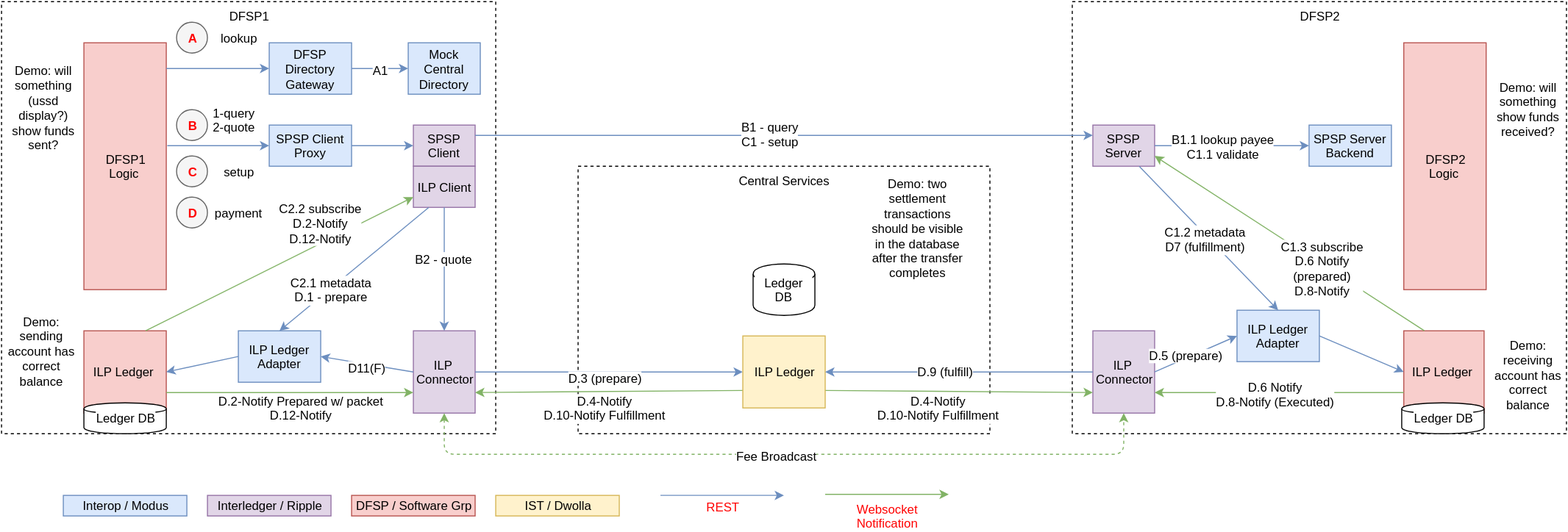
maduhu/Documentation keeps this draw.io diagram as Wiki/Demo Service Interactions.svg. Above is the earlier version. Source tidied: cells renumbered, new cells last; positions are measured from the earlier drawing's top-left corner, leaving out a move shared by most shapes.
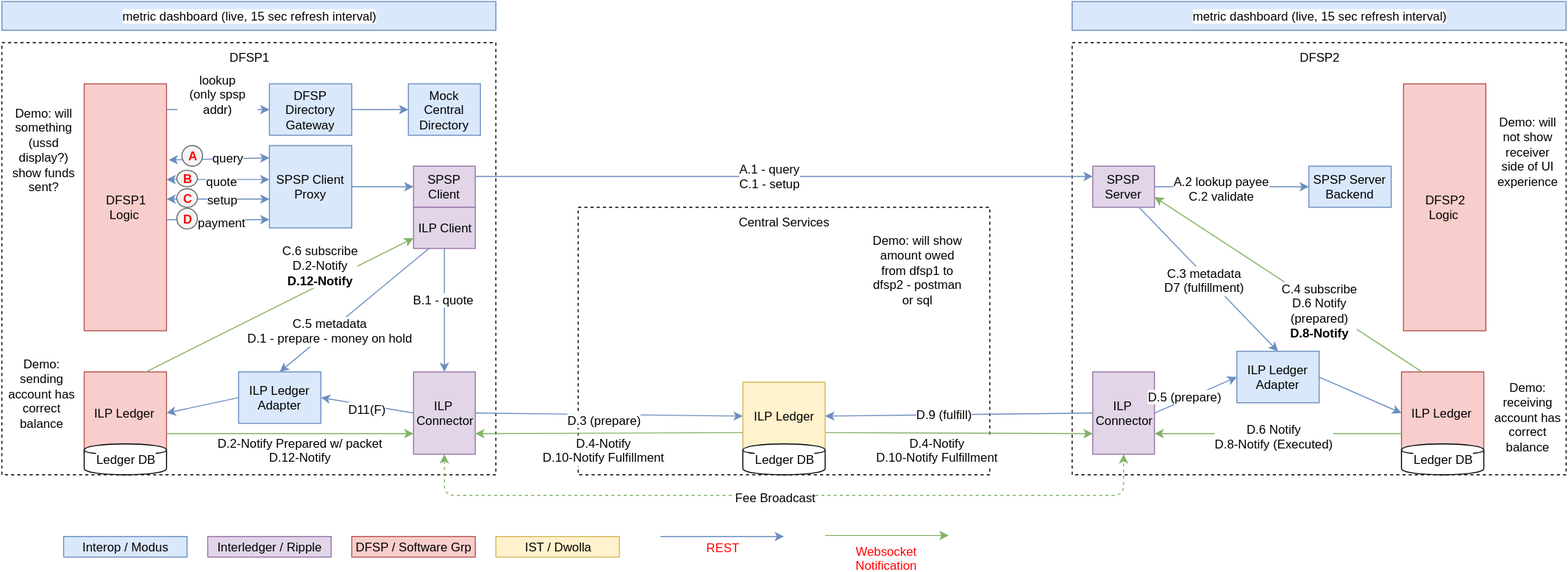
The same diagram one commit later.

Commit message:
Update service interactions diagram

after arch meeting

Change to the diagram source:
```diff
@@ -21,7 +21,7 @@
       <mxGeometry x="260" y="40" width="80" height="50" as="geometry" />
     </mxCell>
     <mxCell id="8" value="SPSP Client Proxy" style="whiteSpace=wrap;html=1;labelBackgroundColor=none;fontSize=12;align=center;fillColor=#dae8fc;strokeColor=#6c8ebf;" parent="1" vertex="1">
-      <mxGeometry x="260" y="120" width="80" height="40" as="geometry" />
+      <mxGeometry x="260" y="100" width="80" height="80" as="geometry" />
     </mxCell>
     <mxCell id="9" value="Mock Central Directory" style="whiteSpace=wrap;html=1;labelBackgroundColor=none;fontSize=12;align=center;fillColor=#dae8fc;strokeColor=#6c8ebf;" parent="1" vertex="1">
       <mxGeometry x="395" y="40" width="70" height="50" as="geometry" />
@@ -42,7 +42,7 @@
       <mxGeometry x="80" y="320" width="80" height="80" as="geometry" />
     </mxCell>
     <mxCell id="15" value="&lt;div&gt;ILP Ledger&amp;nbsp;&lt;/div&gt;" style="whiteSpace=wrap;html=1;labelBackgroundColor=none;fontSize=12;align=center;fillColor=#f8cecc;strokeColor=#b85450;" parent="1" vertex="1">
-      <mxGeometry x="1362" y="320" width="78" height="80" as="geometry" />
+      <mxGeometry x="1360" y="320" width="80" height="80" as="geometry" />
     </mxCell>
     <mxCell id="16" value="ILP Ledger Adapter" style="whiteSpace=wrap;html=1;labelBackgroundColor=none;fontSize=12;align=center;fillColor=#dae8fc;strokeColor=#6c8ebf;" parent="1" vertex="1">
       <mxGeometry x="1200" y="300" width="80" height="50" as="geometry" />
@@ -88,11 +88,6 @@
     <mxCell id="27" style="endArrow=classic;startArrow=none;html=1;labelBackgroundColor=none;fontSize=12;entryX=0;entryY=0.5;exitX=1;exitY=0.5;fontColor=#00FF00;fillColor=#dae8fc;strokeColor=#6c8ebf;startFill=0;" parent="1" edge="1" source="8" target="10">
       <mxGeometry x="485" y="315" as="geometry" />
     </mxCell>
-    <mxCell id="28" style="endArrow=classic;startArrow=none;html=1;labelBackgroundColor=none;fontSize=12;entryX=0;entryY=0.5;fontColor=#00FF00;fillColor=#dae8fc;strokeColor=#6c8ebf;startFill=0;" parent="1" edge="1" target="8">
-      <mxGeometry x="495" y="325" as="geometry">
-        <mxPoint x="161" y="140" as="sourcePoint" />
-      </mxGeometry>
-    </mxCell>
     <mxCell id="29" style="endArrow=classic;startArrow=none;html=1;labelBackgroundColor=none;fontSize=12;entryX=0;entryY=0.5;fontColor=#00FF00;fillColor=#dae8fc;strokeColor=#6c8ebf;startFill=0;" parent="1" edge="1" target="7">
       <mxGeometry x="505" y="335" as="geometry">
         <mxPoint x="160" y="65" as="sourcePoint" />
@@ -101,11 +96,6 @@
     <mxCell id="30" style="endArrow=classic;startArrow=none;html=1;labelBackgroundColor=none;fontSize=12;entryX=0;entryY=0.5;fontColor=#00FF00;fillColor=#dae8fc;strokeColor=#6c8ebf;exitX=1;exitY=0.5;startFill=0;" parent="1" edge="1" source="7" target="9">
       <mxGeometry x="515" y="345" as="geometry" />
     </mxCell>
-    <mxCell id="31" value="A1" style="text;html=1;align=center;verticalAlign=middle;labelBackgroundColor=#ffffff;fontSize=12;fontColor=#000000;" parent="30" vertex="1">
-      <mxGeometry relative="1" as="geometry">
-        <mxPoint y="1" as="offset" />
-      </mxGeometry>
-    </mxCell>
     <mxCell id="32" value="&lt;font color=&quot;#000000&quot;&gt;Interop / Modus&lt;/font&gt;" style="whiteSpace=wrap;html=1;labelBackgroundColor=none;fontSize=12;fontColor=#00FF00;align=center;fillColor=#dae8fc;strokeColor=#6c8ebf;" parent="1" vertex="1">
       <mxGeometry x="60" y="480" width="120" height="20" as="geometry" />
     </mxCell>
@@ -121,7 +111,7 @@
     <mxCell id="36" style="endArrow=classic;startArrow=none;html=1;labelBackgroundColor=none;fontSize=12;entryX=0;entryY=0.5;fontColor=#00FF00;fillColor=#dae8fc;strokeColor=#6c8ebf;exitX=1;exitY=0.5;startFill=0;" parent="1" edge="1" source="13" target="12">
       <mxGeometry x="525" y="355" as="geometry" />
     </mxCell>
-    <mxCell id="37" value="B1.1 lookup payee&lt;div&gt;C1.1 validate&lt;/div&gt;" style="text;html=1;align=center;verticalAlign=middle;labelBackgroundColor=#ffffff;fontSize=12;fontColor=#000000;" parent="36" vertex="1">
+    <mxCell id="37" value="A.2 lookup payee&lt;div&gt;C.2 validate&lt;/div&gt;" style="text;html=1;align=center;verticalAlign=middle;labelBackgroundColor=#ffffff;fontSize=12;fontColor=#000000;" parent="36" vertex="1">
       <mxGeometry relative="1" as="geometry">
         <mxPoint x="-9" y="1" as="offset" />
       </mxGeometry>
@@ -129,7 +119,7 @@
     <mxCell id="38" style="endArrow=classic;startArrow=none;html=1;labelBackgroundColor=none;fontSize=12;entryX=0;entryY=0.25;fontColor=#00FF00;fillColor=#dae8fc;strokeColor=#6c8ebf;startFill=0;exitX=1;exitY=0.25;" parent="1" edge="1" source="10" target="13">
       <mxGeometry x="495" y="325" as="geometry" />
     </mxCell>
-    <mxCell id="39" value="B1 - query&lt;div&gt;C1 - setup&lt;/div&gt;" style="text;html=1;align=center;verticalAlign=middle;labelBackgroundColor=#ffffff;fontSize=12;fontColor=#000000;" parent="38" vertex="1">
+    <mxCell id="39" value="A.1 - query&lt;div&gt;C.1 - setup&lt;/div&gt;" style="text;html=1;align=center;verticalAlign=middle;labelBackgroundColor=#ffffff;fontSize=12;fontColor=#000000;" parent="38" vertex="1">
       <mxGeometry relative="1" as="geometry">
         <mxPoint x="-14" y="-1" as="offset" />
       </mxGeometry>
@@ -143,15 +133,6 @@
     <mxCell id="42" value="ILP Client" style="whiteSpace=wrap;html=1;labelBackgroundColor=none;fontSize=12;align=center;fillColor=#e1d5e7;strokeColor=#9673a6;" parent="1" vertex="1">
       <mxGeometry x="400" y="160" width="60" height="40" as="geometry" />
     </mxCell>
-    <mxCell id="43" value="A" style="ellipse;whiteSpace=wrap;html=1;labelBackgroundColor=none;fontSize=12;fontColor=#FF0000;align=center;fontStyle=1;fillColor=#f5f5f5;strokeColor=#666666;" parent="1" vertex="1">
-      <mxGeometry x="170" y="20" width="30" height="30" as="geometry" />
-    </mxCell>
-    <mxCell id="44" value="B" style="ellipse;whiteSpace=wrap;html=1;labelBackgroundColor=none;fontSize=12;fontColor=#FF0000;align=center;fontStyle=1;fillColor=#f5f5f5;strokeColor=#666666;" parent="1" vertex="1">
-      <mxGeometry x="170" y="105" width="30" height="30" as="geometry" />
-    </mxCell>
-    <mxCell id="45" value="C" style="ellipse;whiteSpace=wrap;html=1;labelBackgroundColor=none;fontSize=12;fontColor=#FF0000;align=center;fontStyle=1;fillColor=#f5f5f5;strokeColor=#666666;" parent="1" vertex="1">
-      <mxGeometry x="170" y="150" width="30" height="30" as="geometry" />
-    </mxCell>
     <mxCell id="46" style="endArrow=classic;startArrow=none;html=1;labelBackgroundColor=none;fontSize=12;exitX=1;exitY=0.5;fontColor=#00FF00;fillColor=#dae8fc;strokeColor=#6c8ebf;startFill=0;entryX=0;entryY=0.5;" parent="1" edge="1" source="17" target="67">
       <mxGeometry x="495" y="325" as="geometry" />
     </mxCell>
@@ -196,9 +177,6 @@
     <mxCell id="55" value="Ledger DB" style="shape=cylinder;whiteSpace=wrap;html=1;labelBackgroundColor=#ffffff;fontSize=12;fontColor=#000000;align=center;" parent="1" vertex="1">
       <mxGeometry x="1360" y="390" width="80" height="30" as="geometry" />
     </mxCell>
-    <mxCell id="56" value="Ledger DB" style="shape=cylinder;whiteSpace=wrap;html=1;labelBackgroundColor=#ffffff;fontSize=12;fontColor=#000000;align=center;" parent="1" vertex="1">
-      <mxGeometry x="730" y="255" width="60" height="50" as="geometry" />
-    </mxCell>
     <mxCell id="57" style="endArrow=classic;startArrow=none;html=1;labelBackgroundColor=none;fontSize=12;fontColor=#00FF00;fillColor=#dae8fc;strokeColor=#6c8ebf;startFill=0;exitX=0;exitY=0.5;entryX=1;entryY=0.5;" parent="1" edge="1" source="17" target="11">
       <mxGeometry x="515" y="345" as="geometry" />
     </mxCell>
@@ -210,7 +188,7 @@
     <mxCell id="59" style="endArrow=classic;startArrow=none;html=1;labelBackgroundColor=none;fontSize=12;entryX=0.5;entryY=0;exitX=0.25;exitY=1;fontColor=#00FF00;fillColor=#dae8fc;strokeColor=#6c8ebf;startFill=0;" parent="1" edge="1" source="42" target="11">
       <mxGeometry x="495" y="325" as="geometry" />
     </mxCell>
-    <mxCell id="60" value="C2.1 metadata&lt;div&gt;D.1 - prepare&lt;/div&gt;" style="text;html=1;align=center;verticalAlign=middle;labelBackgroundColor=#ffffff;fontSize=12;fontColor=#000000;" parent="59" vertex="1">
+    <mxCell id="60" value="C.5 metadata&lt;div&gt;D.1 - prepare - money on hold&lt;/div&gt;" style="text;html=1;align=center;verticalAlign=middle;labelBackgroundColor=#ffffff;fontSize=12;fontColor=#000000;" parent="59" vertex="1">
       <mxGeometry relative="1" as="geometry">
         <mxPoint x="-23" y="20" as="offset" />
       </mxGeometry>
@@ -218,7 +196,7 @@
     <mxCell id="61" style="endArrow=classic;html=1;labelBackgroundColor=none;fontSize=12;fontColor=#FF0000;fillColor=#d5e8d4;strokeColor=#82b366;exitX=0.75;exitY=0;entryX=0;entryY=0.75;" parent="1" edge="1" source="14" target="42">
       <mxGeometry x="650" y="529" as="geometry" />
     </mxCell>
-    <mxCell id="62" value="C2.2 subscribe&lt;div&gt;&lt;span style=&quot;line-height: 1.2&quot;&gt;D.2-Notify&lt;/span&gt;&lt;br&gt;&lt;/div&gt;&lt;div&gt;&lt;span style=&quot;line-height: 1.2&quot;&gt;D.12-Notify&lt;/span&gt;&lt;br&gt;&lt;/div&gt;" style="text;html=1;align=center;verticalAlign=middle;labelBackgroundColor=#ffffff;fontSize=12;fontColor=#000000;" parent="61" vertex="1">
+    <mxCell id="62" value="C.6 subscribe&lt;div&gt;&lt;span style=&quot;line-height: 1.2&quot;&gt;D.2-Notify&lt;/span&gt;&lt;br&gt;&lt;/div&gt;&lt;div&gt;&lt;span style=&quot;line-height: 1.2&quot;&gt;&lt;b&gt;D.12-Notify&lt;/b&gt;&lt;/span&gt;&lt;br&gt;&lt;/div&gt;" style="text;html=1;align=center;verticalAlign=middle;labelBackgroundColor=#ffffff;fontSize=12;fontColor=#000000;" parent="61" vertex="1">
       <mxGeometry relative="1" as="geometry">
         <mxPoint x="40" y="-40" as="offset" />
       </mxGeometry>
@@ -226,7 +204,7 @@
     <mxCell id="63" style="endArrow=classic;startArrow=none;html=1;labelBackgroundColor=none;fontSize=12;entryX=0.5;entryY=0;exitX=0.5;exitY=1;fontColor=#00FF00;fillColor=#dae8fc;strokeColor=#6c8ebf;startFill=0;" parent="1" edge="1" source="42" target="17">
       <mxGeometry x="505" y="335" as="geometry" />
     </mxCell>
-    <mxCell id="64" value="B2 - quote" style="text;html=1;align=center;verticalAlign=middle;labelBackgroundColor=#ffffff;fontSize=12;fontColor=#000000;" parent="63" vertex="1">
+    <mxCell id="64" value="B.1 - quote" style="text;html=1;align=center;verticalAlign=middle;labelBackgroundColor=#ffffff;fontSize=12;fontColor=#000000;" parent="63" vertex="1">
       <mxGeometry relative="1" as="geometry">
         <mxPoint x="-1" y="-11" as="offset" />
       </mxGeometry>
@@ -234,18 +212,18 @@
     <mxCell id="65" style="endArrow=classic;html=1;labelBackgroundColor=none;fontSize=12;fontColor=#FF0000;fillColor=#d5e8d4;strokeColor=#82b366;exitX=0.25;exitY=0;entryX=1;entryY=0.75;" parent="1" edge="1" source="15" target="13">
       <mxGeometry x="1010" y="295" as="geometry" />
     </mxCell>
-    <mxCell id="66" value="C1.3 subscribe&lt;div&gt;D.6 Notify&lt;/div&gt;&lt;div&gt;(prepared)&lt;/div&gt;&lt;div&gt;D.8-Notify&lt;/div&gt;" style="text;html=1;align=center;verticalAlign=middle;labelBackgroundColor=#ffffff;fontSize=12;fontColor=#000000;" parent="65" vertex="1">
+    <mxCell id="66" value="C.4 subscribe&lt;div&gt;D.6 Notify&lt;/div&gt;&lt;div&gt;(prepared)&lt;/div&gt;&lt;div&gt;&lt;b&gt;D.8-Notify&lt;/b&gt;&lt;/div&gt;" style="text;html=1;align=center;verticalAlign=middle;labelBackgroundColor=#ffffff;fontSize=12;fontColor=#000000;" parent="65" vertex="1">
       <mxGeometry relative="1" as="geometry">
         <mxPoint x="31" y="24" as="offset" />
       </mxGeometry>
     </mxCell>
     <mxCell id="67" value="&lt;div&gt;ILP Ledger&lt;/div&gt;" style="whiteSpace=wrap;html=1;labelBackgroundColor=none;fontSize=12;align=center;fillColor=#fff2cc;strokeColor=#d6b656;" parent="1" vertex="1">
-      <mxGeometry x="720" y="325" width="80" height="70" as="geometry" />
+      <mxGeometry x="720" y="330" width="80" height="65" as="geometry" />
     </mxCell>
     <mxCell id="68" style="endArrow=classic;html=1;labelBackgroundColor=none;fontSize=12;fontColor=#FF0000;fillColor=#dae8fc;strokeColor=#6c8ebf;exitX=0.75;exitY=1;entryX=0.5;entryY=0;" parent="1" edge="1" source="13" target="16">
       <mxGeometry x="700" y="430" as="geometry" />
     </mxCell>
-    <mxCell id="69" value="C1.2 metadata&lt;div&gt;D7 (fulfillment)&lt;/div&gt;" style="text;html=1;align=center;verticalAlign=middle;labelBackgroundColor=#ffffff;fontSize=12;fontColor=#000000;" parent="68" vertex="1">
+    <mxCell id="69" value="C.3 metadata&lt;div&gt;D7 (fulfillment)&lt;/div&gt;" style="text;html=1;align=center;verticalAlign=middle;labelBackgroundColor=#ffffff;fontSize=12;fontColor=#000000;" parent="68" vertex="1">
       <mxGeometry relative="1" as="geometry">
         <mxPoint x="-3" y="1" as="offset" />
       </mxGeometry>
@@ -263,20 +241,8 @@
         <mxPoint x="-8" y="1" as="offset" />
       </mxGeometry>
     </mxCell>
-    <mxCell id="72" value="1-query&lt;div&gt;2-quote&lt;/div&gt;" style="text;html=1;strokeColor=none;fillColor=none;align=center;verticalAlign=middle;whiteSpace=wrap;labelBackgroundColor=#ffffff;fontSize=12;fontColor=#000000;" parent="1" vertex="1">
-      <mxGeometry x="200" y="105" width="50" height="20" as="geometry" />
-    </mxCell>
-    <mxCell id="73" value="setup" style="text;html=1;strokeColor=none;fillColor=none;align=center;verticalAlign=middle;whiteSpace=wrap;labelBackgroundColor=#ffffff;fontSize=12;fontColor=#000000;" parent="1" vertex="1">
-      <mxGeometry x="210" y="155" width="40" height="20" as="geometry" />
-    </mxCell>
-    <mxCell id="74" value="D" style="ellipse;whiteSpace=wrap;html=1;labelBackgroundColor=none;fontSize=12;fontColor=#FF0000;align=center;fontStyle=1;fillColor=#f5f5f5;strokeColor=#666666;" parent="1" vertex="1">
-      <mxGeometry x="170" y="190" width="30" height="30" as="geometry" />
-    </mxCell>
-    <mxCell id="75" value="payment" style="text;html=1;strokeColor=none;fillColor=none;align=center;verticalAlign=middle;whiteSpace=wrap;labelBackgroundColor=#ffffff;fontSize=12;fontColor=#000000;" parent="1" vertex="1">
-      <mxGeometry x="210" y="195" width="40" height="20" as="geometry" />
-    </mxCell>
-    <mxCell id="76" value="lookup" style="text;html=1;strokeColor=none;fillColor=none;align=center;verticalAlign=middle;whiteSpace=wrap;labelBackgroundColor=#ffffff;fontSize=12;fontColor=#000000;" parent="1" vertex="1">
-      <mxGeometry x="210" y="25" width="40" height="20" as="geometry" />
+    <mxCell id="76" value="lookup&lt;div&gt;(only spsp addr)&lt;/div&gt;" style="text;html=1;strokeColor=none;fillColor=none;align=center;verticalAlign=middle;whiteSpace=wrap;labelBackgroundColor=#ffffff;fontSize=12;fontColor=#000000;" parent="1" vertex="1">
+      <mxGeometry x="170" y="40" width="80" height="20" as="geometry" />
     </mxCell>
     <mxCell id="77" style="endArrow=classic;startArrow=none;html=1;labelBackgroundColor=none;fontSize=12;entryX=1;entryY=0.5;fontColor=#00FF00;fillColor=#dae8fc;strokeColor=#6c8ebf;startFill=0;exitX=0;exitY=0.5;" parent="1" edge="1" source="18" target="67">
       <mxGeometry x="505" y="335" as="geometry" />
@@ -286,7 +252,7 @@
         <mxPoint x="-14" y="-1" as="offset" />
       </mxGeometry>
     </mxCell>
-    <mxCell id="79" value="Demo: two settlement transactions should be visible in the database after the transfer completes" style="text;html=1;strokeColor=none;fillColor=none;align=center;verticalAlign=middle;whiteSpace=wrap;labelBackgroundColor=#ffffff;fontSize=12;fontColor=#000000;" parent="1" vertex="1">
+    <mxCell id="79" value="Demo: will show amount owed from dfsp1 to dfsp2 - postman or sql" style="text;html=1;strokeColor=none;fillColor=none;align=center;verticalAlign=middle;whiteSpace=wrap;labelBackgroundColor=#ffffff;fontSize=12;fontColor=#000000;" parent="1" vertex="1">
       <mxGeometry x="840" y="170" width="100" height="100" as="geometry" />
     </mxCell>
     <mxCell id="80" value="Demo: receiving account has correct balance" style="text;html=1;strokeColor=none;fillColor=none;align=center;verticalAlign=middle;whiteSpace=wrap;labelBackgroundColor=#ffffff;fontSize=12;fontColor=#000000;" parent="1" vertex="1">
@@ -298,8 +264,70 @@
     <mxCell id="82" value="Demo: will something (ussd display?) show funds sent?" style="text;html=1;strokeColor=none;fillColor=none;align=center;verticalAlign=middle;whiteSpace=wrap;labelBackgroundColor=#ffffff;fontSize=12;fontColor=#000000;" parent="1" vertex="1">
       <mxGeometry x="2" y="45" width="78" height="115" as="geometry" />
     </mxCell>
-    <mxCell id="83" value="Demo: will something show funds received?" style="text;html=1;strokeColor=none;fillColor=none;align=center;verticalAlign=middle;whiteSpace=wrap;labelBackgroundColor=#ffffff;fontSize=12;fontColor=#000000;" parent="1" vertex="1">
+    <mxCell id="83" value="Demo: will not show receiver side of UI experience" style="text;html=1;strokeColor=none;fillColor=none;align=center;verticalAlign=middle;whiteSpace=wrap;labelBackgroundColor=#ffffff;fontSize=12;fontColor=#000000;" parent="1" vertex="1">
       <mxGeometry x="1448" y="60" width="70" height="90" as="geometry" />
     </mxCell>
+    <mxCell id="56" value="Ledger DB" style="shape=cylinder;whiteSpace=wrap;html=1;labelBackgroundColor=#ffffff;fontSize=12;fontColor=#000000;align=center;verticalAlign=middle;" parent="1" vertex="1">
+      <mxGeometry x="720" y="390" width="80" height="30" as="geometry" />
+    </mxCell>
+    <mxCell id="84" style="endArrow=classic;startArrow=classic;html=1;fontColor=#4D4D4D;entryX=0;entryY=0.5;exitX=1.025;exitY=0.308;exitPerimeter=0;fillColor=#dae8fc;strokeColor=#6c8ebf;" parent="1" edge="1" source="5">
+      <mxGeometry relative="1" as="geometry">
+        <mxPoint x="260" y="112" as="targetPoint" />
+      </mxGeometry>
+    </mxCell>
+    <mxCell id="85" value="query" style="text;html=1;align=center;verticalAlign=middle;labelBackgroundColor=#ffffff;fontSize=12;fontColor=#000000;" parent="84" vertex="1">
+      <mxGeometry x="0.18" y="1" relative="1" as="geometry" />
+    </mxCell>
+    <mxCell id="86" value="metric dashboard (live, 15 sec refresh interval)" style="whiteSpace=wrap;html=1;labelBackgroundColor=#ffffff;fontSize=12;fontColor=#000000;align=center;fillColor=#dae8fc;strokeColor=#6c8ebf;" parent="1" vertex="1">
+      <mxGeometry y="-40" width="480" height="28" as="geometry" />
+    </mxCell>
+    <mxCell id="87" value="metric dashboard (live, 15 sec refresh interval)" style="whiteSpace=wrap;html=1;labelBackgroundColor=#ffffff;fontSize=12;fontColor=#000000;align=center;fillColor=#dae8fc;strokeColor=#6c8ebf;" parent="1" vertex="1">
+      <mxGeometry x="1040" y="-40" width="480" height="28" as="geometry" />
+    </mxCell>
+    <mxCell id="88" style="endArrow=classic;startArrow=classic;html=1;fontColor=#4D4D4D;entryX=0;entryY=0.5;exitX=1;exitY=0.417;exitPerimeter=0;fillColor=#dae8fc;strokeColor=#6c8ebf;" parent="1" edge="1">
+      <mxGeometry y="192" as="geometry">
+        <mxPoint x="160" y="152" as="sourcePoint" />
+        <mxPoint x="260" y="152" as="targetPoint" />
+      </mxGeometry>
+    </mxCell>
+    <mxCell id="73" value="setup" style="text;html=1;align=center;verticalAlign=middle;labelBackgroundColor=#ffffff;fontSize=12;fontColor=#000000;" parent="88" vertex="1">
+      <mxGeometry relative="1" as="geometry">
+        <mxPoint x="4" as="offset" />
+      </mxGeometry>
+    </mxCell>
+    <mxCell id="89" style="endArrow=classic;startArrow=none;html=1;fontColor=#4D4D4D;entryX=0;entryY=0.5;exitX=1;exitY=0.417;exitPerimeter=0;fillColor=#dae8fc;strokeColor=#6c8ebf;startFill=0;" parent="1" edge="1">
+      <mxGeometry y="212" as="geometry">
+        <mxPoint x="160" y="172" as="sourcePoint" />
+        <mxPoint x="260" y="172" as="targetPoint" />
+      </mxGeometry>
+    </mxCell>
+    <mxCell id="75" value="payment" style="text;html=1;align=center;verticalAlign=middle;labelBackgroundColor=#ffffff;fontSize=12;fontColor=#000000;" parent="89" vertex="1">
+      <mxGeometry relative="1" as="geometry">
+        <mxPoint x="4" y="2" as="offset" />
+      </mxGeometry>
+    </mxCell>
+    <mxCell id="43" value="A" style="ellipse;whiteSpace=wrap;html=1;labelBackgroundColor=none;fontSize=12;fontColor=#FF0000;align=center;fontStyle=1;fillColor=#f5f5f5;strokeColor=#666666;" parent="1" vertex="1">
+      <mxGeometry x="175" y="100" width="20" height="20" as="geometry" />
+    </mxCell>
+    <mxCell id="74" value="D" style="ellipse;whiteSpace=wrap;html=1;labelBackgroundColor=none;fontSize=12;fontColor=#FF0000;align=center;fontStyle=1;fillColor=#f5f5f5;strokeColor=#666666;" parent="1" vertex="1">
+      <mxGeometry x="170" y="161" width="20" height="20" as="geometry" />
+    </mxCell>
+    <mxCell id="45" value="C" style="ellipse;whiteSpace=wrap;html=1;labelBackgroundColor=none;fontSize=12;fontColor=#FF0000;align=center;fontStyle=1;fillColor=#f5f5f5;strokeColor=#666666;" parent="1" vertex="1">
+      <mxGeometry x="170" y="142" width="20" height="18" as="geometry" />
+    </mxCell>
+    <mxCell id="90" style="endArrow=classic;startArrow=classic;html=1;fontColor=#4D4D4D;entryX=0;entryY=0.5;exitX=1;exitY=0.417;exitPerimeter=0;fillColor=#dae8fc;strokeColor=#6c8ebf;" parent="1" edge="1">
+      <mxGeometry y="173" as="geometry">
+        <mxPoint x="160" y="133" as="sourcePoint" />
+        <mxPoint x="260" y="133" as="targetPoint" />
+      </mxGeometry>
+    </mxCell>
+    <mxCell id="91" value="quote" style="text;html=1;align=center;verticalAlign=middle;labelBackgroundColor=#ffffff;fontSize=12;fontColor=#000000;" parent="90" vertex="1">
+      <mxGeometry relative="1" as="geometry">
+        <mxPoint x="4" y="1" as="offset" />
+      </mxGeometry>
+    </mxCell>
+    <mxCell id="44" value="B" style="ellipse;whiteSpace=wrap;html=1;labelBackgroundColor=none;fontSize=12;fontColor=#FF0000;align=center;fontStyle=1;fillColor=#f5f5f5;strokeColor=#666666;" parent="1" vertex="1">
+      <mxGeometry x="170" y="124" width="20" height="16" as="geometry" />
+    </mxCell>
   </root>
 </mxGraphModel>
```
